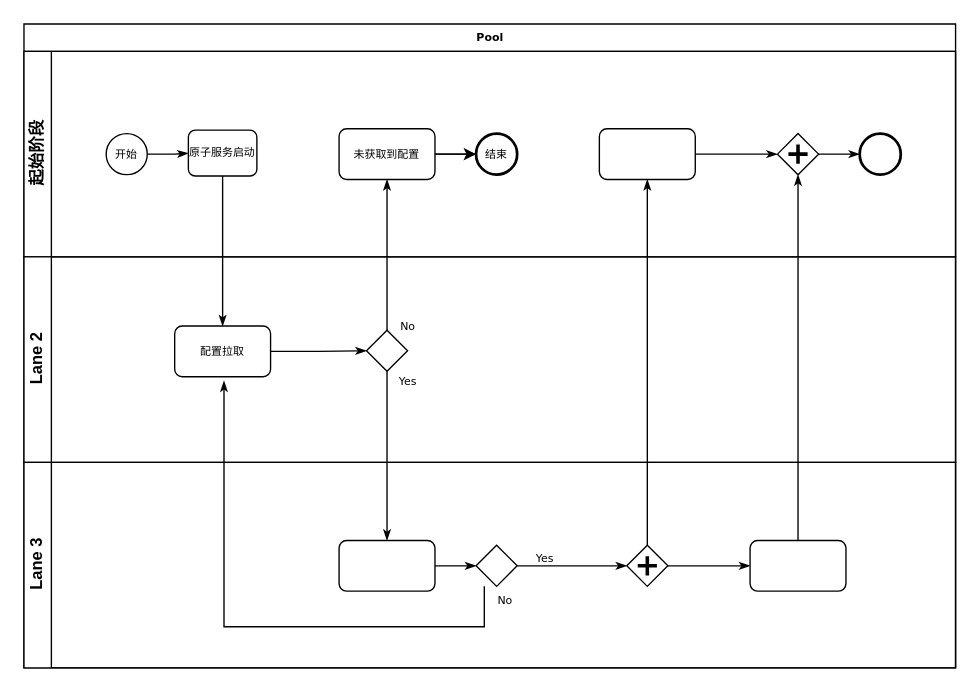
Above: 监控.drawio in MaskJS/draw.io (draw.io), before the change. Source tidied: cells renumbered, new cells numbered last; positions are measured from the earlier drawing's top-left corner, leaving out a move shared by most shapes. Both pictures are drawn from the tidied source at 137%, with x=0, y=0 at pixel (23, 23).
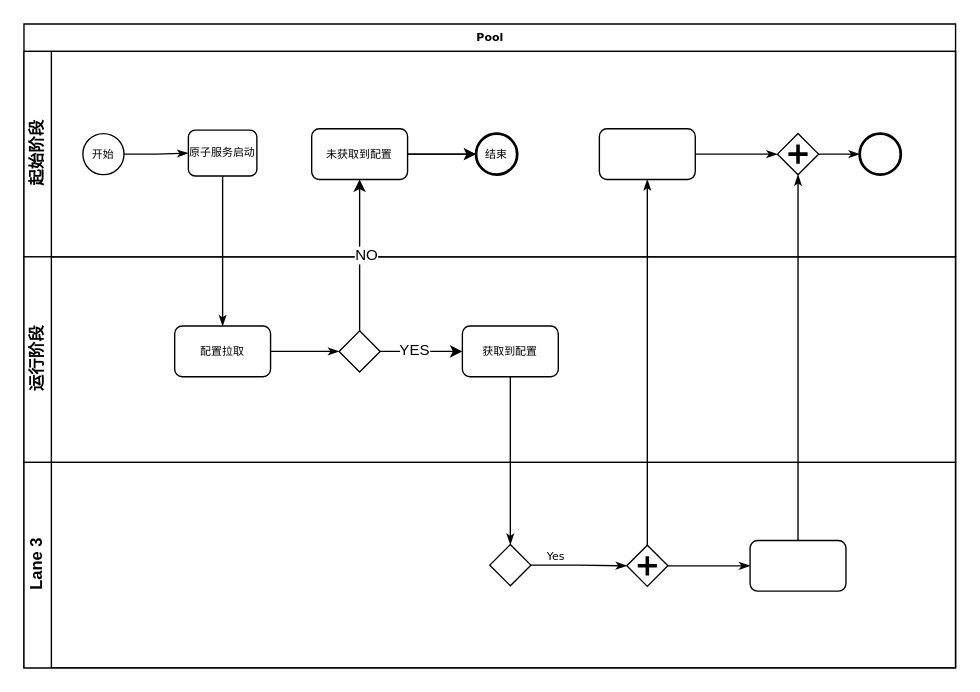
After the change.

The change refers to these unchanged cells:
```xml
<mxCell id="2" value="Pool" style="swimlane;html=1;horizontal=1;startSize=20;rounded=0;shadow=0;labelBackgroundColor=none;strokeWidth=1;fontFamily=Verdana;fontSize=8;align=center;" parent="1" vertex="1">
  <mxGeometry width="680" height="470" as="geometry" />
</mxCell>
<mxCell id="3" value="起始阶段" style="swimlane;html=1;startSize=20;horizontal=0;" parent="2" vertex="1">
  <mxGeometry y="20" width="680" height="150" as="geometry" />
</mxCell>
<mxCell id="12" style="rounded=1;whiteSpace=wrap;html=1;shadow=0;labelBackgroundColor=none;strokeWidth=1;fontFamily=Verdana;fontSize=8;align=center;" parent="3" vertex="1">
  <mxGeometry x="420" y="56.5" width="70" height="37" as="geometry" />
</mxCell>
<mxCell id="14" style="shape=mxgraph.bpmn.shape;html=1;verticalLabelPosition=bottom;labelBackgroundColor=#ffffff;verticalAlign=top;perimeter=rhombusPerimeter;background=gateway;outline=none;symbol=parallelGw;rounded=1;shadow=0;strokeWidth=1;fontFamily=Verdana;fontSize=8;align=center;" parent="3" vertex="1">
  <mxGeometry x="550" y="60" width="30" height="30" as="geometry" />
</mxCell>
<mxCell id="20" value="Lane 3" style="swimlane;html=1;startSize=20;horizontal=0;" parent="2" vertex="1">
  <mxGeometry y="320" width="680" height="150" as="geometry" />
</mxCell>
<mxCell id="26" style="shape=mxgraph.bpmn.shape;html=1;verticalLabelPosition=bottom;labelBackgroundColor=#ffffff;verticalAlign=top;perimeter=rhombusPerimeter;background=gateway;outline=none;symbol=parallelGw;rounded=1;shadow=0;strokeWidth=1;fontFamily=Verdana;fontSize=8;align=center;" parent="20" vertex="1">
  <mxGeometry x="440" y="60.5" width="30" height="30" as="geometry" />
</mxCell>
<mxCell id="27" style="rounded=1;whiteSpace=wrap;html=1;shadow=0;labelBackgroundColor=none;strokeWidth=1;fontFamily=Verdana;fontSize=8;align=center;" parent="20" vertex="1">
  <mxGeometry x="530" y="57" width="70" height="37" as="geometry" />
</mxCell>
```

Change to the diagram source:
```diff
@@
     <mxCell id="5" value="开始" style="ellipse;whiteSpace=wrap;html=1;rounded=0;shadow=0;labelBackgroundColor=none;strokeWidth=1;fontFamily=Verdana;fontSize=8;align=center;" parent="3" vertex="1">
-      <mxGeometry x="60" y="60" width="30" height="30" as="geometry" />
+      <mxGeometry x="43" y="60" width="30" height="30" as="geometry" />
     </mxCell>
@@
     <mxCell id="9" value="未获取到配置" style="rounded=1;whiteSpace=wrap;html=1;shadow=0;labelBackgroundColor=none;strokeWidth=1;fontFamily=Verdana;fontSize=8;align=center;" parent="3" vertex="1">
-      <mxGeometry x="230" y="56.5" width="70" height="37" as="geometry" />
+      <mxGeometry x="210" y="56.5" width="70" height="37" as="geometry" />
     </mxCell>
@@
-    <mxCell id="16" value="Lane 2" style="swimlane;html=1;startSize=20;horizontal=0;" parent="2" vertex="1">
+    <mxCell id="16" value="运行阶段" style="swimlane;html=1;startSize=20;horizontal=0;" parent="2" vertex="1">
       <mxGeometry y="170" width="680" height="150" as="geometry" />
     </mxCell>
@@
     <mxCell id="19" style="strokeWidth=1;html=1;shape=mxgraph.flowchart.decision;whiteSpace=wrap;rounded=1;shadow=0;labelBackgroundColor=none;fontFamily=Verdana;fontSize=8;align=center;" parent="16" vertex="1">
-      <mxGeometry x="250" y="53.5" width="30" height="30" as="geometry" />
+      <mxGeometry x="230" y="54" width="30" height="30" as="geometry" />
     </mxCell>
+    <mxCell id="22" value="获取到配置" style="rounded=1;whiteSpace=wrap;html=1;shadow=0;labelBackgroundColor=none;strokeWidth=1;fontFamily=Verdana;fontSize=8;align=center;" parent="16" vertex="1">
+      <mxGeometry x="320" y="50.5" width="70" height="37" as="geometry" />
+    </mxCell>
+    <mxCell id="30" style="edgeStyle=orthogonalEdgeStyle;rounded=0;jettySize=auto;html=1;" parent="16" edge="1" source="19" target="22">
+      <mxGeometry relative="1" as="geometry" />
+    </mxCell>
+    <mxCell id="34" value="YES" style="edgeLabel;html=1;align=center;verticalAlign=middle;" parent="30" vertex="1">
+      <mxGeometry x="-0.19" y="2" relative="1" as="geometry" />
+    </mxCell>
@@
-    <mxCell id="21" style="edgeStyle=orthogonalEdgeStyle;rounded=0;html=1;labelBackgroundColor=none;startArrow=none;startFill=0;startSize=5;endArrow=classicThin;endFill=1;endSize=5;jettySize=auto;strokeWidth=1;fontFamily=Verdana;fontSize=8;" parent="20" edge="1" source="22" target="24">
-      <mxGeometry relative="1" as="geometry" />
-    </mxCell>
-    <mxCell id="22" style="rounded=1;whiteSpace=wrap;html=1;shadow=0;labelBackgroundColor=none;strokeWidth=1;fontFamily=Verdana;fontSize=8;align=center;" parent="20" vertex="1">
-      <mxGeometry x="230" y="57" width="70" height="37" as="geometry" />
-    </mxCell>
@@
     <mxCell id="24" style="strokeWidth=1;html=1;shape=mxgraph.flowchart.decision;whiteSpace=wrap;rounded=1;shadow=0;labelBackgroundColor=none;fontFamily=Verdana;fontSize=8;align=center;" parent="20" vertex="1">
-      <mxGeometry x="330" y="60.5" width="30" height="30" as="geometry" />
+      <mxGeometry x="340" y="60" width="30" height="30" as="geometry" />
     </mxCell>
@@
+    <mxCell id="31" style="edgeStyle=orthogonalEdgeStyle;rounded=0;html=1;entryX=0.5;entryY=1;labelBackgroundColor=none;startArrow=none;startFill=0;startSize=5;endArrow=classicThin;endFill=1;endSize=5;jettySize=auto;strokeWidth=1;fontFamily=Verdana;fontSize=8;" parent="2" edge="1" source="27" target="14">
+      <mxGeometry relative="1" as="geometry" />
+    </mxCell>
+    <mxCell id="33" style="edgeStyle=orthogonalEdgeStyle;rounded=0;html=1;labelBackgroundColor=none;startArrow=none;startFill=0;startSize=5;endArrow=classicThin;endFill=1;endSize=5;jettySize=auto;strokeWidth=1;fontFamily=Verdana;fontSize=8;" parent="2" edge="1" source="26" target="12">
+      <mxGeometry relative="1" as="geometry" />
+    </mxCell>
-    <mxCell id="29" value="No" style="edgeStyle=orthogonalEdgeStyle;rounded=0;html=1;labelBackgroundColor=none;startArrow=none;startFill=0;startSize=5;endArrow=classicThin;endFill=1;endSize=5;jettySize=auto;strokeWidth=1;fontFamily=Verdana;fontSize=8;" parent="2" edge="1" source="19" target="9">
-      <mxGeometry x="-0.94" y="-15" relative="1" as="geometry" />
+    <mxCell id="29" style="edgeStyle=orthogonalEdgeStyle;rounded=0;jettySize=auto;html=1;" parent="2" edge="1" source="19" target="9">
+      <mxGeometry relative="1" as="geometry" />
     </mxCell>
-    <mxCell id="30" value="Yes" style="edgeStyle=orthogonalEdgeStyle;rounded=0;html=1;labelBackgroundColor=none;startArrow=none;startFill=0;startSize=5;endArrow=classicThin;endFill=1;endSize=5;jettySize=auto;strokeWidth=1;fontFamily=Verdana;fontSize=8;" parent="2" edge="1" source="19" target="22">
-      <mxGeometry x="-0.89" y="15" relative="1" as="geometry" />
-    </mxCell>
-    <mxCell id="31" style="edgeStyle=orthogonalEdgeStyle;rounded=0;html=1;entryX=0.5;entryY=1;labelBackgroundColor=none;startArrow=none;startFill=0;startSize=5;endArrow=classicThin;endFill=1;endSize=5;jettySize=auto;strokeWidth=1;fontFamily=Verdana;fontSize=8;" parent="2" edge="1" source="27" target="14">
-      <mxGeometry relative="1" as="geometry" />
-    </mxCell>
-    <mxCell id="32" value="No" style="edgeStyle=orthogonalEdgeStyle;rounded=0;html=1;labelBackgroundColor=none;startArrow=none;startFill=0;startSize=5;endArrow=classicThin;endFill=1;endSize=5;jettySize=auto;orthogonalLoop=1;strokeWidth=1;fontFamily=Verdana;fontSize=8;" parent="2" edge="1">
-      <mxGeometry x="-0.95" y="15" relative="1" as="geometry">
-        <mxPoint x="336" y="410.5" as="sourcePoint" />
-        <mxPoint x="146" y="260.5" as="targetPoint" />
-        <Array as="points">
-          <mxPoint x="336" y="440" />
-          <mxPoint x="146" y="440" />
-        </Array>
-      </mxGeometry>
-    </mxCell>
-    <mxCell id="33" style="edgeStyle=orthogonalEdgeStyle;rounded=0;html=1;labelBackgroundColor=none;startArrow=none;startFill=0;startSize=5;endArrow=classicThin;endFill=1;endSize=5;jettySize=auto;strokeWidth=1;fontFamily=Verdana;fontSize=8;" parent="2" edge="1" source="26" target="12">
-      <mxGeometry relative="1" as="geometry" />
-    </mxCell>
+    <mxCell id="35" value="NO" style="edgeLabel;html=1;align=center;verticalAlign=middle;" parent="29" vertex="1">
+      <mxGeometry x="0.03" y="-4" relative="1" as="geometry">
+        <mxPoint y="1" as="offset" />
+      </mxGeometry>
+    </mxCell>
+    <mxCell id="21" style="edgeStyle=orthogonalEdgeStyle;rounded=0;html=1;labelBackgroundColor=none;startArrow=none;startFill=0;startSize=5;endArrow=classicThin;endFill=1;endSize=5;jettySize=auto;strokeWidth=1;fontFamily=Verdana;fontSize=8;" parent="2" edge="1" source="22" target="24">
+      <mxGeometry relative="1" as="geometry" />
+    </mxCell>
```
